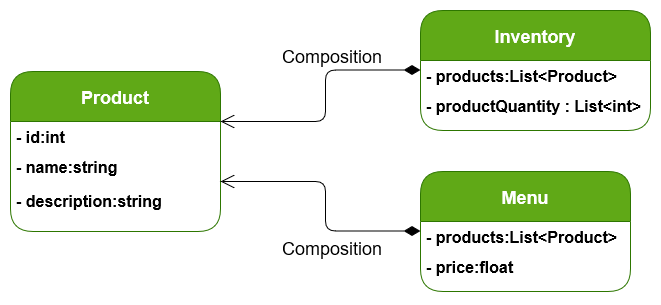
The draw.io diagram UML-Diagram.png in Lcv004/Ice-and-Fire-Restaurant, before a commit. Source tidied: cells renumbered, new cells last; positions are measured from the earlier drawing's top-left corner, leaving out a move shared by most shapes.
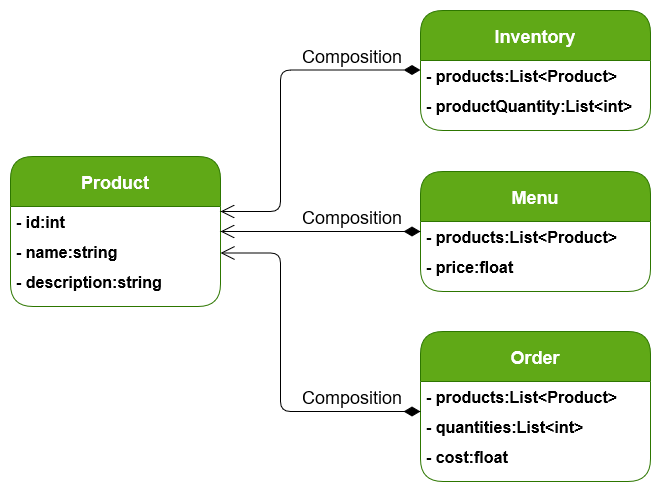
After the commit.

Commit message:
Feat: Add order entity

The edit, as a diff of the source:
```diff
@@ -3,16 +3,16 @@
     <mxCell id="0" />
     <mxCell id="1" parent="0" />
     <mxCell id="2" value="Product" style="swimlane;fontStyle=1;horizontal=1;startSize=50;fontSize=18;fillColor=#60a917;strokeColor=#2D7600;fontColor=#ffffff;swimlaneFillColor=#ffffff;rounded=1;swimlaneLine=1;glass=0;shadow=0;sketch=0;" parent="1" vertex="1">
-      <mxGeometry y="61" width="210" height="160" as="geometry" />
+      <mxGeometry y="146" width="210" height="150" as="geometry" />
     </mxCell>
     <mxCell id="3" value="- id:int" style="text;strokeColor=none;fillColor=none;align=left;verticalAlign=top;spacingLeft=4;spacingRight=4;overflow=hidden;fontStyle=1;fontSize=16;" parent="2" vertex="1">
       <mxGeometry y="50" width="210" height="30" as="geometry" />
     </mxCell>
     <mxCell id="4" value="- name:string" style="text;align=left;verticalAlign=top;spacingLeft=4;spacingRight=4;overflow=hidden;fontStyle=1;fontSize=16;" parent="2" vertex="1">
-      <mxGeometry y="80" width="210" height="34" as="geometry" />
+      <mxGeometry y="80" width="210" height="30" as="geometry" />
     </mxCell>
     <mxCell id="5" value="- description:string" style="text;strokeColor=none;fillColor=none;align=left;verticalAlign=top;spacingLeft=4;spacingRight=4;overflow=hidden;fontStyle=1;fontSize=16;" parent="2" vertex="1">
-      <mxGeometry y="114" width="210" height="46" as="geometry" />
+      <mxGeometry y="110" width="210" height="40" as="geometry" />
     </mxCell>
     <mxCell id="6" value="Inventory" style="swimlane;fontStyle=1;horizontal=1;startSize=50;fontSize=18;fillColor=#60a917;strokeColor=#2D7600;fontColor=#ffffff;swimlaneFillColor=#ffffff;rounded=1;swimlaneLine=1;glass=0;shadow=0;sketch=0;" parent="1" vertex="1">
       <mxGeometry x="410" width="230" height="120" as="geometry" />
@@ -20,40 +20,58 @@
     <mxCell id="7" value="- products:List&lt;Product&gt;" style="text;strokeColor=none;fillColor=none;align=left;verticalAlign=top;spacingLeft=4;spacingRight=4;overflow=hidden;fontStyle=1;fontSize=16;" parent="6" vertex="1">
       <mxGeometry y="50" width="230" height="30" as="geometry" />
     </mxCell>
-    <mxCell id="8" value="- productQuantity : List&lt;int&gt;" style="text;align=left;verticalAlign=top;spacingLeft=4;spacingRight=4;overflow=hidden;fontStyle=1;fontSize=16;" parent="6" vertex="1">
+    <mxCell id="8" value="- productQuantity:List&lt;int&gt;" style="text;align=left;verticalAlign=top;spacingLeft=4;spacingRight=4;overflow=hidden;fontStyle=1;fontSize=16;" parent="6" vertex="1">
       <mxGeometry y="80" width="230" height="40" as="geometry" />
     </mxCell>
     <mxCell id="9" value="Composition" style="endArrow=open;html=1;endSize=12;startArrow=diamondThin;startSize=14;startFill=1;edgeStyle=orthogonalEdgeStyle;align=left;verticalAlign=bottom;fontSize=18;" parent="1" edge="1">
-      <mxGeometry x="-0.24" y="-45" relative="1" as="geometry">
+      <mxGeometry x="-0.3" relative="1" as="geometry">
         <mxPoint x="410" y="59.5" as="sourcePoint" />
-        <mxPoint x="210" y="111" as="targetPoint" />
+        <mxPoint x="210" y="201" as="targetPoint" />
         <Array as="points">
-          <mxPoint x="315" y="60" />
-          <mxPoint x="315" y="111" />
-          <mxPoint x="220" y="111" />
+          <mxPoint x="270" y="60" />
+          <mxPoint x="270" y="201" />
         </Array>
       </mxGeometry>
     </mxCell>
     <mxCell id="10" value="Menu" style="swimlane;fontStyle=1;horizontal=1;startSize=50;fontSize=18;fillColor=#60a917;strokeColor=#2D7600;fontColor=#ffffff;swimlaneFillColor=#ffffff;rounded=1;swimlaneLine=1;glass=0;shadow=0;sketch=0;" parent="1" vertex="1">
-      <mxGeometry x="410" y="161" width="210" height="120" as="geometry" />
+      <mxGeometry x="410" y="161" width="230" height="120" as="geometry" />
     </mxCell>
     <mxCell id="11" value="- products:List&lt;Product&gt;" style="text;strokeColor=none;fillColor=none;align=left;verticalAlign=top;spacingLeft=4;spacingRight=4;overflow=hidden;fontStyle=1;fontSize=16;" parent="10" vertex="1">
-      <mxGeometry y="50" width="210" height="30" as="geometry" />
+      <mxGeometry y="50" width="230" height="30" as="geometry" />
     </mxCell>
     <mxCell id="12" value="- price:float" style="text;align=left;verticalAlign=top;spacingLeft=4;spacingRight=4;overflow=hidden;fontStyle=1;fontSize=16;" parent="10" vertex="1">
-      <mxGeometry y="80" width="210" height="40" as="geometry" />
+      <mxGeometry y="80" width="230" height="40" as="geometry" />
     </mxCell>
     <mxCell id="13" value="Composition" style="endArrow=open;html=1;endSize=12;startArrow=diamondThin;startSize=14;startFill=1;edgeStyle=orthogonalEdgeStyle;align=left;verticalAlign=bottom;fontSize=18;" parent="1" edge="1">
-      <mxGeometry x="-0.24" y="54" relative="1" as="geometry">
+      <mxGeometry x="0.2" relative="1" as="geometry">
         <mxPoint x="410" y="220.5" as="sourcePoint" />
-        <mxPoint x="210" y="171" as="targetPoint" />
+        <mxPoint x="210" y="221" as="targetPoint" />
         <Array as="points">
-          <mxPoint x="315" y="221" />
-          <mxPoint x="315" y="171" />
-          <mxPoint x="220" y="171" />
+          <mxPoint x="210" y="221" />
         </Array>
-        <mxPoint x="9" y="31" as="offset" />
       </mxGeometry>
     </mxCell>
+    <mxCell id="14" value="Order" style="swimlane;fontStyle=1;horizontal=1;startSize=50;fontSize=18;fillColor=#60a917;strokeColor=#2D7600;fontColor=#ffffff;swimlaneFillColor=#ffffff;rounded=1;swimlaneLine=1;glass=0;shadow=0;sketch=0;" parent="1" vertex="1">
+      <mxGeometry x="410" y="321" width="230" height="150" as="geometry" />
+    </mxCell>
+    <mxCell id="15" value="- products:List&lt;Product&gt;" style="text;strokeColor=none;fillColor=none;align=left;verticalAlign=top;spacingLeft=4;spacingRight=4;overflow=hidden;fontStyle=1;fontSize=16;" parent="14" vertex="1">
+      <mxGeometry y="50" width="230" height="30" as="geometry" />
+    </mxCell>
+    <mxCell id="16" value="- quantities:List&lt;int&gt;" style="text;align=left;verticalAlign=top;spacingLeft=4;spacingRight=4;overflow=hidden;fontStyle=1;fontSize=16;" parent="14" vertex="1">
+      <mxGeometry y="80" width="230" height="30" as="geometry" />
+    </mxCell>
+    <mxCell id="17" value="- cost:float" style="text;align=left;verticalAlign=top;spacingLeft=4;spacingRight=4;overflow=hidden;fontStyle=1;fontSize=16;" parent="14" vertex="1">
+      <mxGeometry y="110" width="230" height="40" as="geometry" />
+    </mxCell>
+    <mxCell id="18" value="Composition" style="endArrow=open;html=1;endSize=12;startArrow=diamondThin;startSize=14;startFill=1;edgeStyle=orthogonalEdgeStyle;align=left;verticalAlign=bottom;fontSize=18;" parent="1" edge="1">
+      <mxGeometry x="-0.33" relative="1" as="geometry">
+        <mxPoint x="410" y="401" as="sourcePoint" />
+        <mxPoint x="210" y="242.5" as="targetPoint" />
+        <Array as="points">
+          <mxPoint x="270" y="401" />
+          <mxPoint x="270" y="243" />
+        </Array>
+      </mxGeometry>
+    </mxCell>
   </root>
 </mxGraphModel>
```
